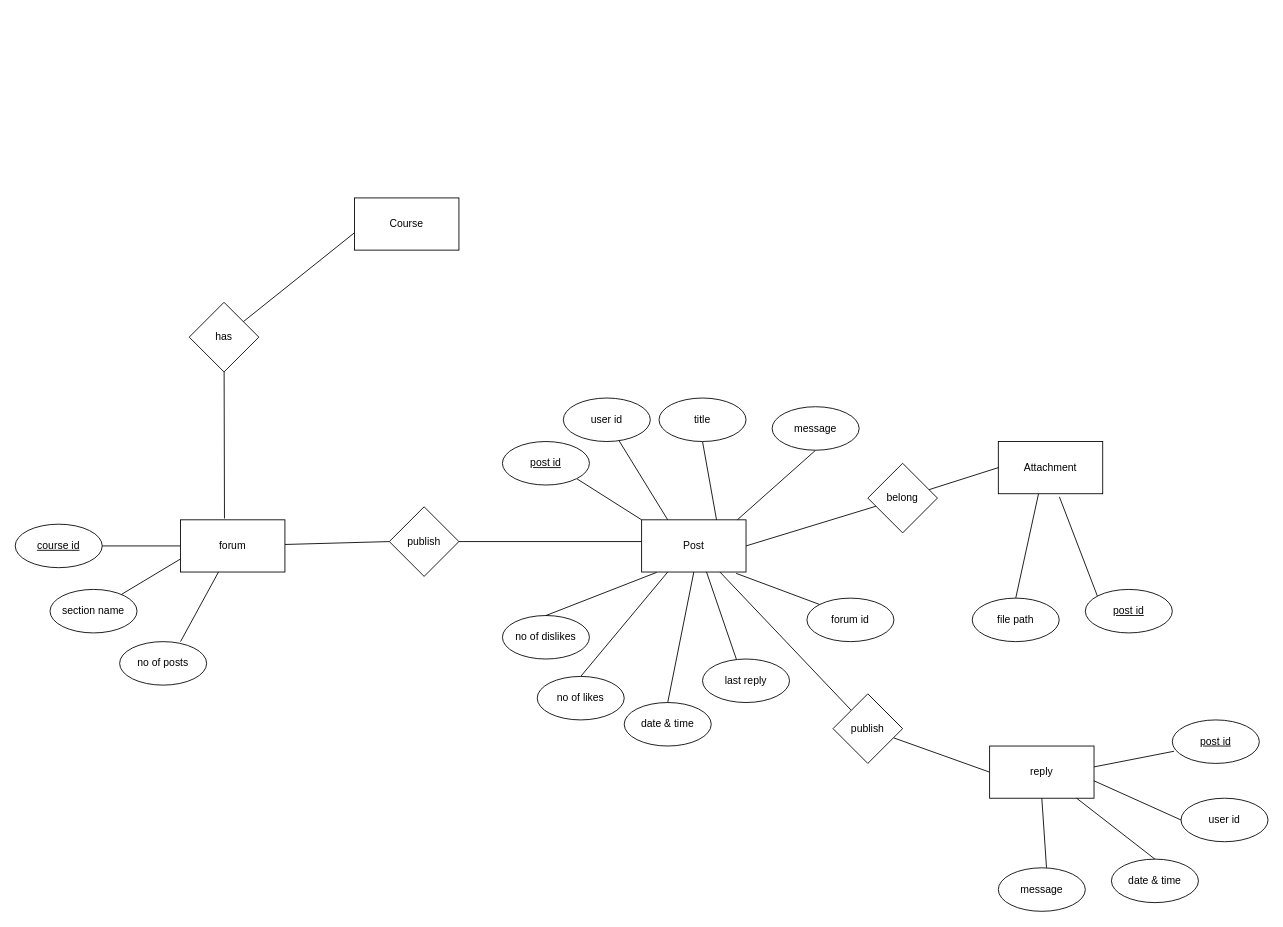
Harsha-Gunawardane/Next-Tier-Server keeps this draw.io diagram as diagrams/forum.drawio. Above is the earlier version. Source tidied: cells renumbered, new cells numbered last; positions are measured from the earlier drawing's top-left corner, leaving out a move shared by most shapes. Both pictures are drawn from the tidied source at 87%, with x=0, y=0 at pixel (15, 197).
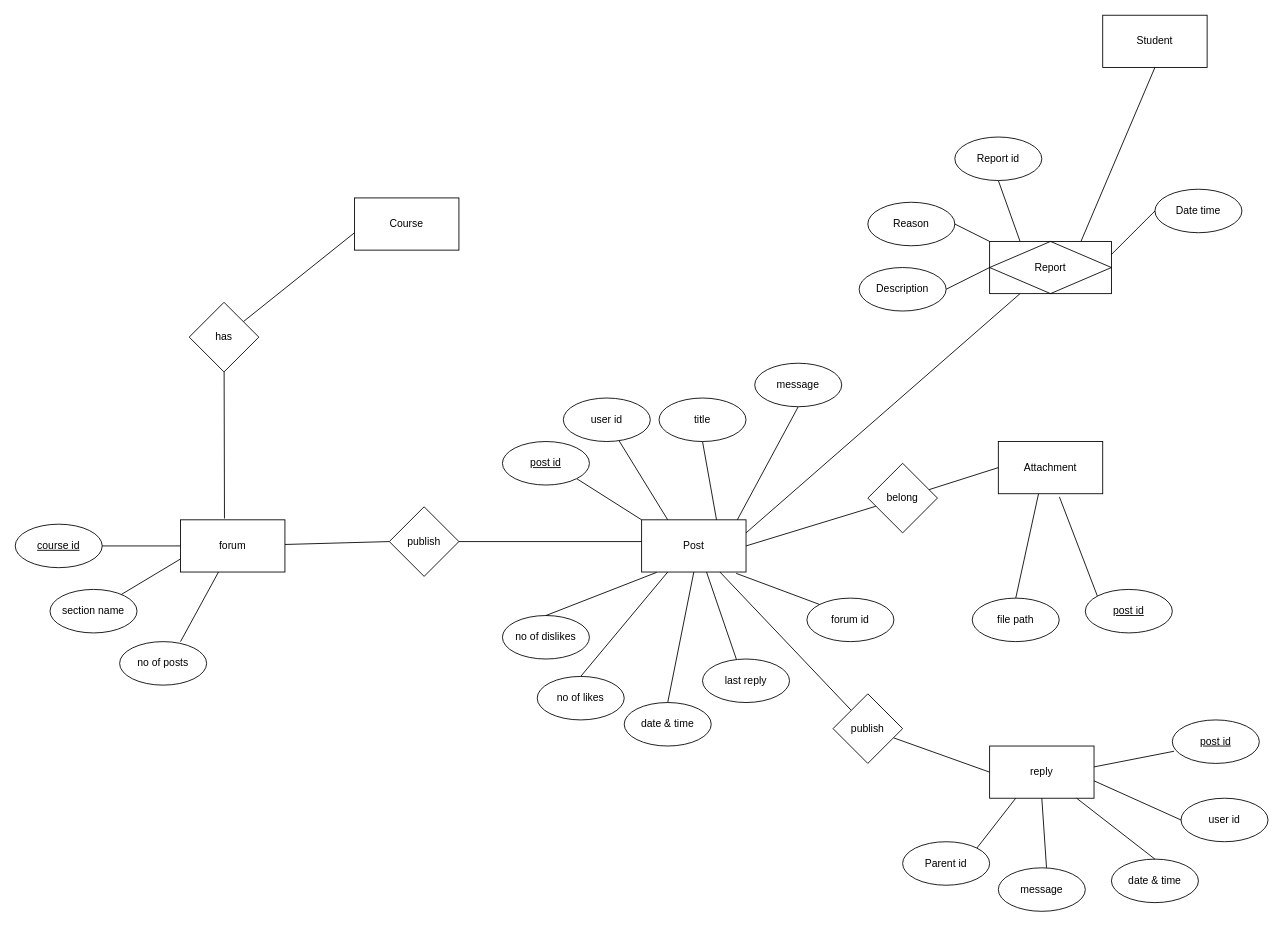
After the change.

Unchanged cells that the change refers to:
```xml
<mxCell id="2" value="Post" style="rounded=0;whiteSpace=wrap;html=1;" parent="1" vertex="1">
  <mxGeometry x="720" y="370" width="120" height="60" as="geometry" />
</mxCell>
<mxCell id="41" value="reply" style="rounded=0;whiteSpace=wrap;html=1;" parent="1" vertex="1">
  <mxGeometry x="1120" y="630" width="120" height="60" as="geometry" />
</mxCell>
```

Diff of the diagram source:
```diff
@@
-    <mxCell id="15" style="endArrow=none;html=1;entryX=0.5;entryY=1;entryDx=0;entryDy=0;" parent="1" edge="1">
+    <mxCell id="15" style="endArrow=none;html=1;entryX=0.5;entryY=1;entryDx=0;entryDy=0;" parent="1" edge="1" target="36">
       <mxGeometry relative="1" as="geometry">
         <mxPoint x="830" y="370" as="sourcePoint" />
-        <mxPoint x="920" y="290" as="targetPoint" />
       </mxGeometry>
     </mxCell>
@@
     <mxCell id="36" value="message" style="ellipse;whiteSpace=wrap;html=1;" parent="1" vertex="1">
-      <mxGeometry x="870" y="240" width="100" height="50" as="geometry" />
+      <mxGeometry x="850" y="190" width="100" height="50" as="geometry" />
     </mxCell>
@@
+    <mxCell id="55" style="edgeStyle=none;html=1;exitX=1;exitY=0;exitDx=0;exitDy=0;entryX=0.25;entryY=1;entryDx=0;entryDy=0;endArrow=none;endFill=0;" parent="1" edge="1" source="56" target="41">
+      <mxGeometry relative="1" as="geometry" />
+    </mxCell>
+    <mxCell id="56" value="Parent id" style="ellipse;whiteSpace=wrap;html=1;" parent="1" vertex="1">
+      <mxGeometry x="1020" y="740" width="100" height="50" as="geometry" />
+    </mxCell>
+    <mxCell id="57" value="Student" style="rounded=0;whiteSpace=wrap;html=1;" parent="1" vertex="1">
+      <mxGeometry x="1250" y="-210" width="120" height="60" as="geometry" />
+    </mxCell>
+    <mxCell id="58" style="edgeStyle=none;html=1;exitX=0.75;exitY=0;exitDx=0;exitDy=0;entryX=0.5;entryY=1;entryDx=0;entryDy=0;endArrow=none;endFill=0;" parent="1" edge="1" source="63" target="57">
+      <mxGeometry relative="1" as="geometry" />
+    </mxCell>
+    <mxCell id="59" style="edgeStyle=none;html=1;exitX=0.25;exitY=1;exitDx=0;exitDy=0;entryX=1;entryY=0.25;entryDx=0;entryDy=0;endArrow=none;endFill=0;" parent="1" edge="1" source="63" target="2">
+      <mxGeometry relative="1" as="geometry" />
+    </mxCell>
+    <mxCell id="60" style="edgeStyle=none;html=1;exitX=0.25;exitY=0;exitDx=0;exitDy=0;entryX=0.5;entryY=1;entryDx=0;entryDy=0;endArrow=none;endFill=0;" parent="1" edge="1" source="63" target="64">
+      <mxGeometry relative="1" as="geometry" />
+    </mxCell>
+    <mxCell id="61" style="edgeStyle=none;html=1;exitX=0;exitY=0.5;exitDx=0;exitDy=0;entryX=1;entryY=0.5;entryDx=0;entryDy=0;endArrow=none;endFill=0;" parent="1" edge="1" source="63" target="66">
+      <mxGeometry relative="1" as="geometry" />
+    </mxCell>
+    <mxCell id="62" style="edgeStyle=none;html=1;exitX=0;exitY=0;exitDx=0;exitDy=0;entryX=1;entryY=0.5;entryDx=0;entryDy=0;endArrow=none;endFill=0;" parent="1" edge="1" source="63" target="65">
+      <mxGeometry relative="1" as="geometry" />
+    </mxCell>
+    <mxCell id="63" value="Report" style="shape=associativeEntity;whiteSpace=wrap;html=1;align=center;" parent="1" vertex="1">
+      <mxGeometry x="1120" y="50" width="140" height="60" as="geometry" />
+    </mxCell>
+    <mxCell id="64" value="Report id" style="ellipse;whiteSpace=wrap;html=1;" parent="1" vertex="1">
+      <mxGeometry x="1080" y="-70" width="100" height="50" as="geometry" />
+    </mxCell>
+    <mxCell id="65" value="Reason" style="ellipse;whiteSpace=wrap;html=1;" parent="1" vertex="1">
+      <mxGeometry x="980" y="5" width="100" height="50" as="geometry" />
+    </mxCell>
+    <mxCell id="66" value="Description" style="ellipse;whiteSpace=wrap;html=1;" parent="1" vertex="1">
+      <mxGeometry x="970" y="80" width="100" height="50" as="geometry" />
+    </mxCell>
+    <mxCell id="67" style="edgeStyle=none;html=1;exitX=0;exitY=0.5;exitDx=0;exitDy=0;entryX=1;entryY=0.25;entryDx=0;entryDy=0;endArrow=none;endFill=0;" parent="1" edge="1" source="68" target="63">
+      <mxGeometry relative="1" as="geometry" />
+    </mxCell>
+    <mxCell id="68" value="Date time" style="ellipse;whiteSpace=wrap;html=1;" parent="1" vertex="1">
+      <mxGeometry x="1310" y="-10" width="100" height="50" as="geometry" />
+    </mxCell>
```
